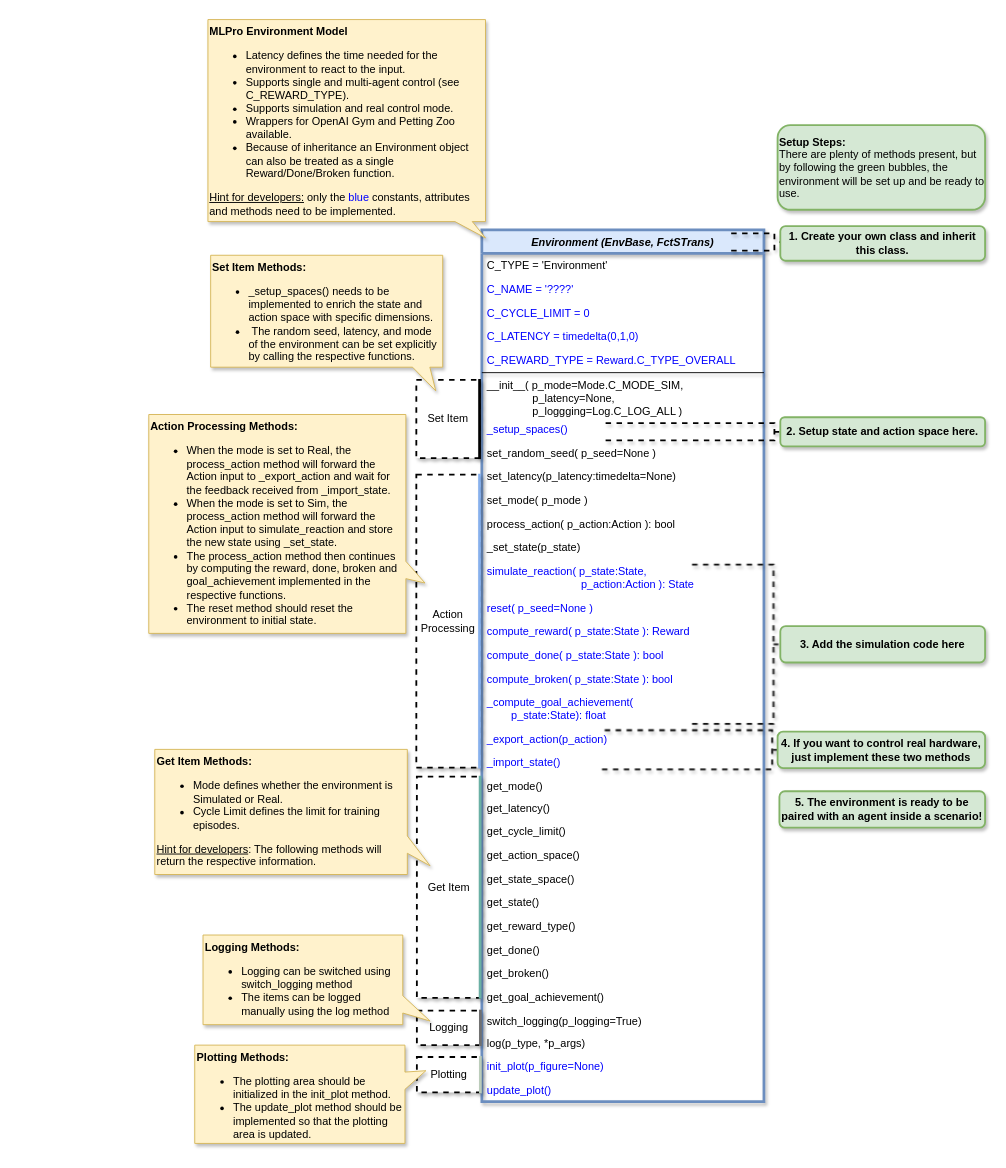
This is doc/rtd/content/rl/env/images/MLPro-RL-Env_class_Environment_commented.drawio from fhswf/MLPro, a draw.io file, before an edit. Source tidied: cells renumbered, new cells numbered last; positions are measured from the earlier drawing's top-left corner, leaving out a move shared by most shapes. Both pictures are drawn from the tidied source at 91%, with x=0, y=0 at pixel (148, 19).
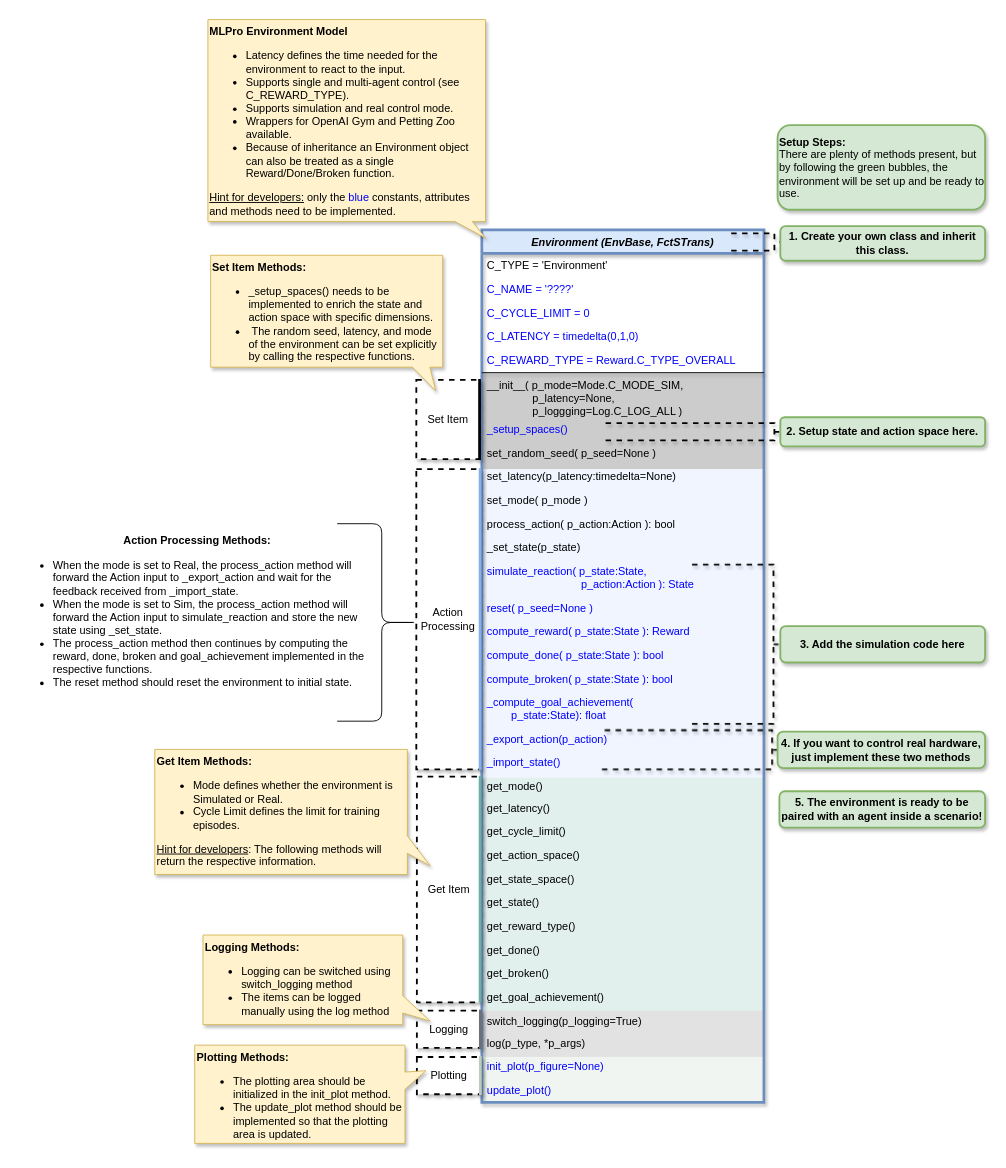
The same page after the edit.

Commit message (it also covers changes not shown here):
Testing New Design for commented diagram #170

What changed in the source:
```diff
@@
+    <mxCell id="64" style="rounded=0;whiteSpace=wrap;html=1;strokeColor=none;fillColor=#BBCCBA;opacity=20;" parent="1" vertex="1">
+      <mxGeometry x="366" y="1140" width="310" height="49" as="geometry" />
+    </mxCell>
+    <mxCell id="65" style="rounded=0;whiteSpace=wrap;html=1;strokeColor=none;fillColor=#707070;opacity=20;" parent="1" vertex="1">
+      <mxGeometry x="367" y="1089" width="309" height="51" as="geometry" />
+    </mxCell>
+    <mxCell id="66" style="rounded=0;whiteSpace=wrap;html=1;strokeColor=none;fillColor=#6AB0A4;opacity=20;" parent="1" vertex="1">
+      <mxGeometry x="367" y="833" width="309" height="256" as="geometry" />
+    </mxCell>
+    <mxCell id="67" style="rounded=0;whiteSpace=wrap;html=1;strokeColor=none;fillColor=#000000;opacity=20;" parent="1" vertex="1">
+      <mxGeometry x="366" y="388" width="310" height="106" as="geometry" />
+    </mxCell>
+    <mxCell id="68" style="rounded=0;whiteSpace=wrap;html=1;strokeColor=none;fillColor=#B5CEFF;opacity=20;" parent="1" vertex="1">
+      <mxGeometry x="364" y="494" width="312" height="339" as="geometry" />
+    </mxCell>
     <mxCell id="2" value="&lt;font color=&quot;#000000&quot;&gt;Plotting&lt;/font&gt;" style="rounded=0;whiteSpace=wrap;html=1;fontColor=#878787;strokeColor=default;strokeWidth=2;dashed=1;shadow=1;" parent="1" vertex="1">
-      <mxGeometry x="294.6" y="1140" width="70" height="39" as="geometry" />
+      <mxGeometry x="294.6" y="1140" width="70" height="41" as="geometry" />
     </mxCell>
     <mxCell id="3" value="&lt;font color=&quot;#000000&quot;&gt;Logging&lt;/font&gt;" style="rounded=0;whiteSpace=wrap;html=1;fontColor=#878787;strokeColor=default;strokeWidth=2;dashed=1;shadow=1;" parent="1" vertex="1">
-      <mxGeometry x="294.6" y="1089" width="70" height="38" as="geometry" />
+      <mxGeometry x="294.6" y="1089" width="70" height="41" as="geometry" />
     </mxCell>
     <mxCell id="4" value="&lt;font color=&quot;#000000&quot;&gt;Get Item&lt;/font&gt;" style="rounded=0;whiteSpace=wrap;html=1;fontColor=#878787;strokeColor=default;strokeWidth=2;dashed=1;shadow=1;" parent="1" vertex="1">
-      <mxGeometry x="294.6" y="832" width="70" height="243" as="geometry" />
+      <mxGeometry x="294.6" y="832" width="70" height="248" as="geometry" />
     </mxCell>
     <mxCell id="5" value="&lt;font color=&quot;#000000&quot;&gt;Set Item&lt;/font&gt;" style="rounded=0;whiteSpace=wrap;html=1;fontColor=#878787;strokeColor=default;strokeWidth=2;dashed=1;shadow=1;" parent="1" vertex="1">
-      <mxGeometry x="294" y="396" width="70" height="86" as="geometry" />
+      <mxGeometry x="294" y="396" width="70" height="87" as="geometry" />
     </mxCell>
     <mxCell id="6" value="&lt;font color=&quot;#000000&quot;&gt;Action Processing&lt;/font&gt;" style="rounded=0;whiteSpace=wrap;html=1;fontColor=#878787;strokeColor=default;strokeWidth=2;dashed=1;shadow=1;" parent="1" vertex="1">
-      <mxGeometry x="294" y="500" width="70" height="322" as="geometry" />
+      <mxGeometry x="294" y="494" width="70" height="330" as="geometry" />
     </mxCell>
     <mxCell id="7" value="Environment (EnvBase, FctSTrans)" style="swimlane;fontStyle=3;align=center;verticalAlign=top;horizontal=1;startSize=26;rounded=0;shadow=1;strokeWidth=3;fillColor=#dae8fc;strokeColor=#6c8ebf;" parent="1" vertex="1">
-      <mxGeometry x="366" y="231" width="310" height="958" as="geometry" />
+      <mxGeometry x="366" y="231" width="310" height="959" as="geometry" />
     </mxCell>
@@
     <mxCell id="44" style="line;html=1;strokeWidth=3;align=left;verticalAlign=middle;spacingTop=-1;spacingLeft=3;spacingRight=3;labelPosition=right;direction=south;strokeColor=#000000;shadow=1;" parent="1" vertex="1">
-      <mxGeometry x="362" y="395" width="3" height="88" as="geometry" />
+      <mxGeometry x="362" y="395" width="3" height="89" as="geometry" />
     </mxCell>
     <mxCell id="45" style="line;html=1;strokeWidth=3;align=left;verticalAlign=middle;spacingTop=-1;spacingLeft=3;spacingRight=3;labelPosition=right;direction=south;strokeColor=#6AB0A4;shadow=1;" parent="1" vertex="1">
-      <mxGeometry x="362.6" y="831" width="3" height="245" as="geometry" />
+      <mxGeometry x="362.6" y="831" width="3" height="249" as="geometry" />
     </mxCell>
     <mxCell id="46" style="line;html=1;strokeWidth=3;align=left;verticalAlign=middle;spacingTop=-1;spacingLeft=3;spacingRight=3;labelPosition=right;direction=south;strokeColor=#BBCCBA;shadow=1;" parent="1" vertex="1">
-      <mxGeometry x="362.8" y="1139" width="3.2" height="41" as="geometry" />
+      <mxGeometry x="362.8" y="1139" width="3.2" height="43" as="geometry" />
     </mxCell>
     <mxCell id="47" style="line;html=1;strokeWidth=3;align=left;verticalAlign=middle;spacingTop=-1;spacingLeft=3;spacingRight=3;labelPosition=right;direction=south;strokeColor=#86B0ED;shadow=1;" parent="1" vertex="1">
-      <mxGeometry x="362.2" y="499" width="2.5" height="324" as="geometry" />
+      <mxGeometry x="362.2" y="493" width="3.8" height="332" as="geometry" />
     </mxCell>
     <mxCell id="48" style="line;html=1;strokeWidth=3;align=left;verticalAlign=middle;spacingTop=-1;spacingLeft=3;spacingRight=3;labelPosition=right;direction=south;strokeColor=#707070;shadow=1;" parent="1" vertex="1">
-      <mxGeometry x="362.9" y="1088" width="3" height="40" as="geometry" />
+      <mxGeometry x="362.9" y="1088" width="3" height="43" as="geometry" />
     </mxCell>
@@
-    <mxCell id="60" value="&lt;b&gt;Action Processing Methods:&lt;/b&gt;&lt;br&gt;&lt;ul&gt;&lt;li&gt;When the mode is set to Real, the process_action method will forward the Action input to _export_action and wait for the feedback received from _import_state.&lt;/li&gt;&lt;li&gt;When the mode is set to Sim, the process_action method will forward the Action input to simulate_reaction and store the new state using _set_state.&lt;/li&gt;&lt;li&gt;The process_action method then continues by computing the reward, done, broken and goal_achievement implemented in the respective functions.&lt;/li&gt;&lt;li&gt;The reset method should reset the environment to initial state.&lt;/li&gt;&lt;/ul&gt;" style="shape=callout;whiteSpace=wrap;html=1;perimeter=calloutPerimeter;shadow=1;fillColor=#fff2cc;strokeColor=#d6b656;align=left;verticalAlign=top;base=19;size=21;position=0.25;position2=0.23;direction=north;" parent="1" vertex="1">
-      <mxGeometry y="434" width="303.5" height="240.5" as="geometry" />
-    </mxCell>
@@
+    <mxCell id="69" style="shape=curlyBracket;whiteSpace=wrap;html=1;rounded=1;flipH=1;size=0.44943820224719094;" parent="1" vertex="1">
+      <mxGeometry x="207" y="554" width="89" height="217" as="geometry" />
+    </mxCell>
+    <mxCell id="60" value="&lt;b style=&quot;text-align: left&quot;&gt;Action Processing Methods:&lt;/b&gt;&lt;br style=&quot;text-align: left&quot;&gt;&lt;ul style=&quot;text-align: left&quot;&gt;&lt;li&gt;When the mode is set to Real, the process_action method will forward the Action input to _export_action and wait for the feedback received from _import_state.&lt;/li&gt;&lt;li&gt;When the mode is set to Sim, the process_action method will forward the Action input to simulate_reaction and store the new state using _set_state.&lt;/li&gt;&lt;li&gt;The process_action method then continues by computing the reward, done, broken and goal_achievement implemented in the respective functions.&lt;/li&gt;&lt;li&gt;The reset method should reset the environment to initial state.&lt;/li&gt;&lt;/ul&gt;" style="text;html=1;strokeColor=none;fillColor=none;align=center;verticalAlign=middle;whiteSpace=wrap;rounded=0;" parent="1" vertex="1">
+      <mxGeometry x="-146" y="642" width="399" height="30" as="geometry" />
+    </mxCell>
```
